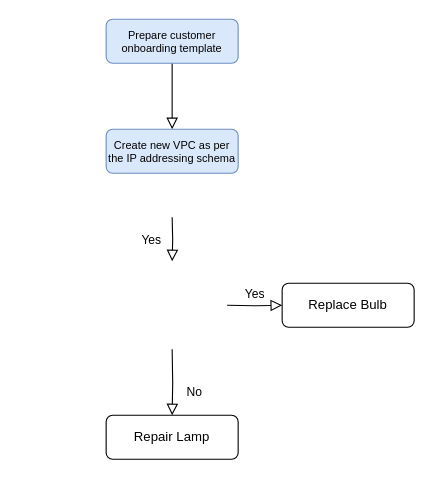
Before: vsoc_onboarding.drawio in jacmathew/jacmathew, a draw.io diagram. Source tidied: cells renumbered, new cells numbered last; positions are measured from the earlier drawing's top-left corner, leaving out a move shared by most shapes. Both pictures are drawn from the tidied source at 110%, with x=0, y=0 at pixel (106, 19).
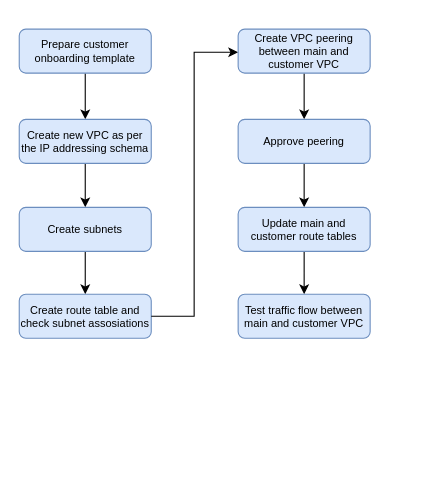
The same page after the edit.

The edit, as a diff of the source:
```diff
@@
 <mxGraphModel>
   <root>
     <mxCell id="0" />
     <mxCell id="1" parent="0" />
-    <mxCell id="2" style="rounded=0;html=1;jettySize=auto;fontSize=11;endArrow=block;endFill=0;endSize=8;strokeWidth=1;shadow=0;labelBackgroundColor=none;edgeStyle=orthogonalEdgeStyle;" parent="1" edge="1" source="3">
-      <mxGeometry relative="1" as="geometry">
-        <mxPoint x="60" y="100" as="targetPoint" />
-      </mxGeometry>
-    </mxCell>
+    <mxCell id="10" style="edgeStyle=orthogonalEdgeStyle;rounded=0;jettySize=auto;html=1;fontSize=10;" parent="1" edge="1" source="3" target="5">
+      <mxGeometry relative="1" as="geometry" />
+    </mxCell>
     <mxCell id="3" value="Prepare customer onboarding template" style="rounded=1;whiteSpace=wrap;html=1;fontSize=10;glass=0;strokeWidth=1;shadow=0;fillColor=#dae8fc;strokeColor=#6c8ebf;" parent="1" vertex="1">
-      <mxGeometry width="120" height="40" as="geometry" />
+      <mxGeometry x="-79" y="9" width="120" height="40" as="geometry" />
     </mxCell>
-    <mxCell id="4" value="Yes" style="rounded=0;html=1;jettySize=auto;orthogonalLoop=1;fontSize=11;endArrow=block;endFill=0;endSize=8;strokeWidth=1;shadow=0;labelBackgroundColor=none;edgeStyle=orthogonalEdgeStyle;" parent="1" edge="1">
-      <mxGeometry y="20" relative="1" as="geometry">
-        <mxPoint x="60" y="180" as="sourcePoint" />
-        <mxPoint x="60" y="220" as="targetPoint" />
-      </mxGeometry>
-    </mxCell>
+    <mxCell id="11" style="edgeStyle=orthogonalEdgeStyle;rounded=0;jettySize=auto;html=1;fontSize=10;entryX=0.5;entryY=0;entryDx=0;entryDy=0;" parent="1" edge="1" source="5" target="9">
+      <mxGeometry relative="1" as="geometry" />
+    </mxCell>
     <mxCell id="5" value="Create new VPC as per the IP addressing schema" style="rounded=1;whiteSpace=wrap;html=1;fontSize=10;glass=0;strokeWidth=1;shadow=0;fillColor=#dae8fc;strokeColor=#6c8ebf;" parent="1" vertex="1">
-      <mxGeometry y="100" width="120" height="40" as="geometry" />
+      <mxGeometry x="-79" y="91" width="120" height="40" as="geometry" />
     </mxCell>
-    <mxCell id="6" value="No" style="rounded=0;html=1;jettySize=auto;fontSize=11;endArrow=block;endFill=0;endSize=8;strokeWidth=1;shadow=0;labelBackgroundColor=none;edgeStyle=orthogonalEdgeStyle;" parent="1" edge="1" target="8">
-      <mxGeometry x="0.33" y="20" relative="1" as="geometry">
-        <mxPoint x="60" y="300" as="sourcePoint" />
-      </mxGeometry>
-    </mxCell>
-    <mxCell id="7" value="Yes" style="edgeStyle=orthogonalEdgeStyle;rounded=0;html=1;jettySize=auto;fontSize=11;endArrow=block;endFill=0;endSize=8;strokeWidth=1;shadow=0;labelBackgroundColor=none;" parent="1" edge="1" target="9">
-      <mxGeometry y="10" relative="1" as="geometry">
-        <mxPoint x="110" y="260" as="sourcePoint" />
-      </mxGeometry>
-    </mxCell>
-    <mxCell id="8" value="Repair Lamp" style="rounded=1;whiteSpace=wrap;html=1;fontSize=12;glass=0;strokeWidth=1;shadow=0;" parent="1" vertex="1">
-      <mxGeometry y="360" width="120" height="40" as="geometry" />
-    </mxCell>
+    <mxCell id="12" style="edgeStyle=orthogonalEdgeStyle;rounded=0;jettySize=auto;html=1;fontSize=10;" parent="1" edge="1" source="9" target="13">
+      <mxGeometry relative="1" as="geometry" />
+    </mxCell>
-    <mxCell id="9" value="Replace Bulb" style="rounded=1;whiteSpace=wrap;html=1;fontSize=12;glass=0;strokeWidth=1;shadow=0;" parent="1" vertex="1">
-      <mxGeometry x="160" y="240" width="120" height="40" as="geometry" />
+    <mxCell id="9" value="Create subnets" style="rounded=1;whiteSpace=wrap;html=1;fontSize=10;glass=0;strokeWidth=1;shadow=0;fillColor=#dae8fc;strokeColor=#6c8ebf;" parent="1" vertex="1">
+      <mxGeometry x="-79" y="171" width="120" height="40" as="geometry" />
     </mxCell>
+    <mxCell id="13" value="Create route table and check subnet assosiations" style="rounded=1;whiteSpace=wrap;html=1;fontSize=10;glass=0;strokeWidth=1;shadow=0;fillColor=#dae8fc;strokeColor=#6c8ebf;" parent="1" vertex="1">
+      <mxGeometry x="-79" y="250" width="120" height="40" as="geometry" />
+    </mxCell>
+    <mxCell id="14" style="edgeStyle=elbowEdgeStyle;elbow=horizontal;endArrow=classic;html=1;rounded=0;fontSize=10;" parent="1" edge="1">
+      <mxGeometry relative="1" as="geometry">
+        <mxPoint x="41" y="270" as="sourcePoint" />
+        <mxPoint x="120" y="30" as="targetPoint" />
+        <Array as="points">
+          <mxPoint x="80" y="150" />
+        </Array>
+      </mxGeometry>
+    </mxCell>
+    <mxCell id="15" style="edgeStyle=orthogonalEdgeStyle;rounded=0;jettySize=auto;html=1;fontSize=10;" parent="1" edge="1" source="16" target="18">
+      <mxGeometry relative="1" as="geometry" />
+    </mxCell>
+    <mxCell id="16" value="Create VPC peering between main and customer VPC" style="rounded=1;whiteSpace=wrap;html=1;fontSize=10;glass=0;strokeWidth=1;shadow=0;fillColor=#dae8fc;strokeColor=#6c8ebf;" parent="1" vertex="1">
+      <mxGeometry x="120" y="9" width="120" height="40" as="geometry" />
+    </mxCell>
+    <mxCell id="17" style="edgeStyle=orthogonalEdgeStyle;rounded=0;jettySize=auto;html=1;fontSize=10;entryX=0.5;entryY=0;entryDx=0;entryDy=0;" parent="1" edge="1" source="18" target="20">
+      <mxGeometry relative="1" as="geometry" />
+    </mxCell>
+    <mxCell id="18" value="Approve peering" style="rounded=1;whiteSpace=wrap;html=1;fontSize=10;glass=0;strokeWidth=1;shadow=0;fillColor=#dae8fc;strokeColor=#6c8ebf;" parent="1" vertex="1">
+      <mxGeometry x="120" y="91" width="120" height="40" as="geometry" />
+    </mxCell>
+    <mxCell id="19" style="edgeStyle=orthogonalEdgeStyle;rounded=0;jettySize=auto;html=1;fontSize=10;" parent="1" edge="1" source="20" target="21">
+      <mxGeometry relative="1" as="geometry" />
+    </mxCell>
+    <mxCell id="20" value="Update main and customer route tables" style="rounded=1;whiteSpace=wrap;html=1;fontSize=10;glass=0;strokeWidth=1;shadow=0;fillColor=#dae8fc;strokeColor=#6c8ebf;" parent="1" vertex="1">
+      <mxGeometry x="120" y="171" width="120" height="40" as="geometry" />
+    </mxCell>
+    <mxCell id="21" value="Test traffic flow between main and customer VPC" style="rounded=1;whiteSpace=wrap;html=1;fontSize=10;glass=0;strokeWidth=1;shadow=0;fillColor=#dae8fc;strokeColor=#6c8ebf;" parent="1" vertex="1">
+      <mxGeometry x="120" y="250" width="120" height="40" as="geometry" />
+    </mxCell>
   </root>
 </mxGraphModel>
```
